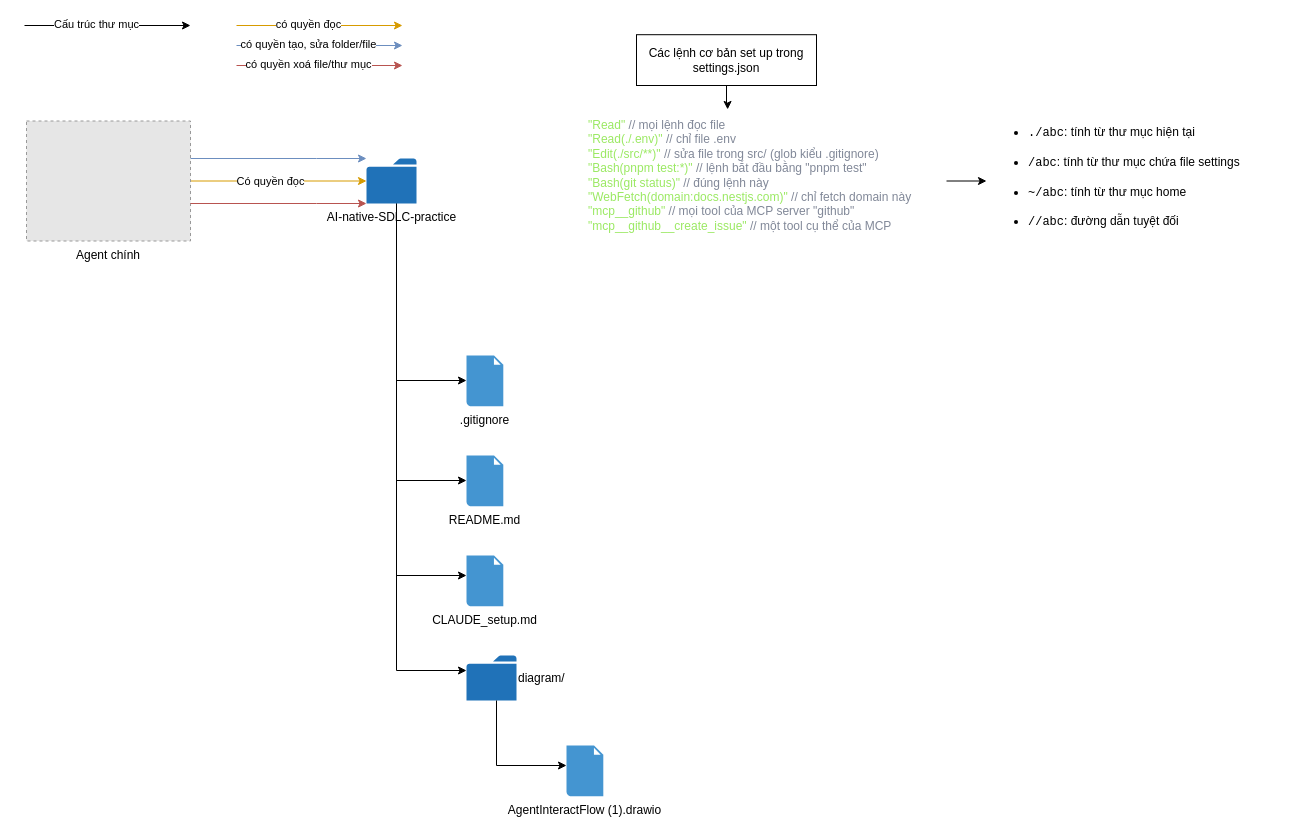
The draw.io diagram diagram/AgentInteractFlow (1).drawio in TNK-git-hub/React-CRUD-Practice, before the edit. Source tidied: cells renumbered, new cells numbered last; positions are measured from the earlier drawing's top-left corner, leaving out a move shared by most shapes. Both pictures are drawn from the tidied source at 100%, with x=0, y=0 at pixel (24, 25). Pictures stored in the file or linked from it are replaced by grey dashed boxes.
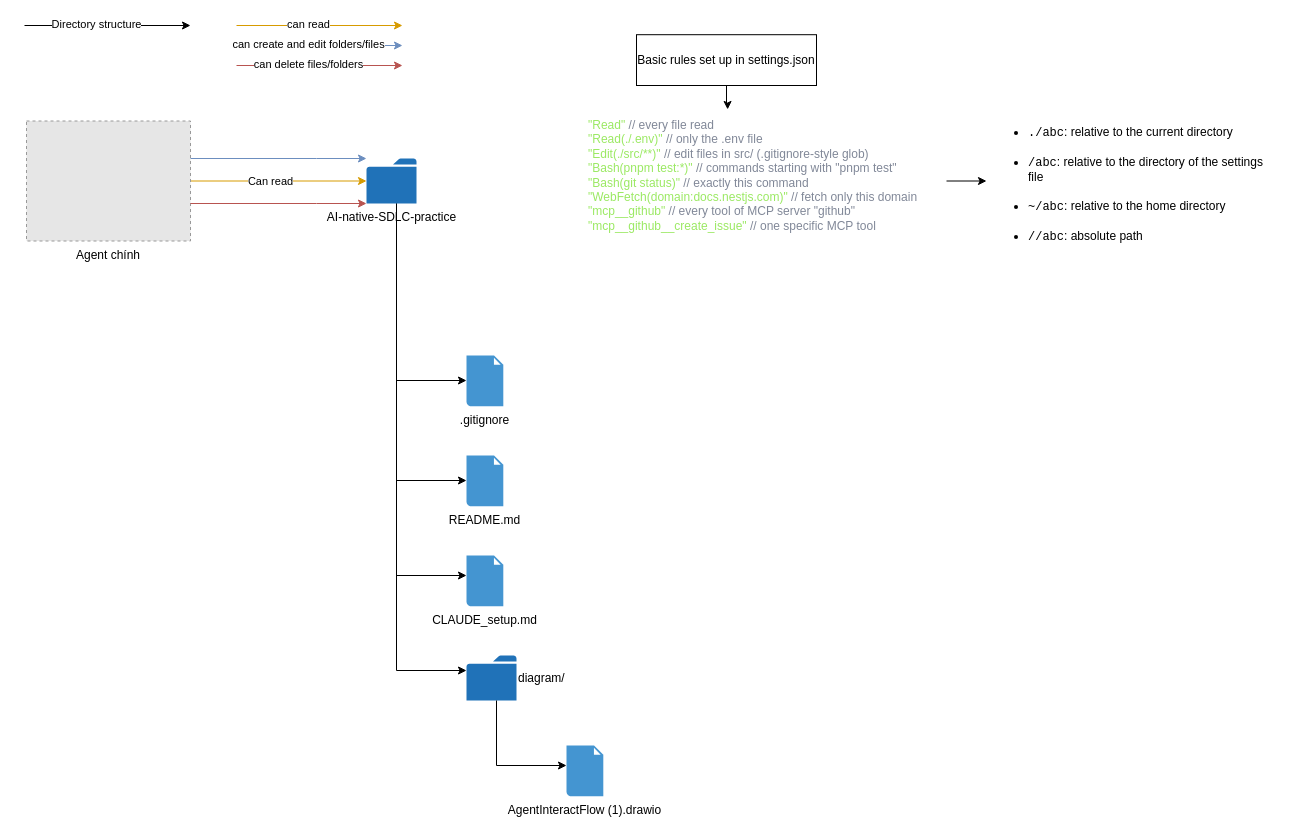
After the change.

Unchanged cells that the change refers to:
```xml
<mxCell id="2" style="edgeStyle=orthogonalEdgeStyle;rounded=0;jettySize=auto;html=1;defaultLabelBackgroundColor=page;fillColor=#ffe6cc;strokeColor=#d79b00;" parent="1" edge="1" source="4" target="30">
  <mxGeometry relative="1" as="geometry" />
</mxCell>
<mxCell id="5" style="edgeStyle=orthogonalEdgeStyle;rounded=0;orthogonalLoop=1;jettySize=auto;html=1;defaultLabelBackgroundColor=page;" parent="1" edge="1">
  <mxGeometry relative="1" as="geometry">
    <mxPoint as="sourcePoint" />
    <mxPoint x="166" as="targetPoint" />
  </mxGeometry>
</mxCell>
<mxCell id="14" style="edgeStyle=orthogonalEdgeStyle;rounded=0;orthogonalLoop=1;jettySize=auto;html=1;defaultLabelBackgroundColor=page;fillColor=#ffe6cc;strokeColor=#d79b00;" parent="1" edge="1">
  <mxGeometry relative="1" as="geometry">
    <mxPoint x="212" as="sourcePoint" />
    <mxPoint x="378" as="targetPoint" />
  </mxGeometry>
</mxCell>
<mxCell id="18" style="edgeStyle=orthogonalEdgeStyle;rounded=0;orthogonalLoop=1;jettySize=auto;html=1;defaultLabelBackgroundColor=page;fillColor=#dae8fc;strokeColor=#6c8ebf;" parent="1" edge="1">
  <mxGeometry relative="1" as="geometry">
    <mxPoint x="212" y="20" as="sourcePoint" />
    <mxPoint x="378" y="20" as="targetPoint" />
  </mxGeometry>
</mxCell>
<mxCell id="21" style="edgeStyle=orthogonalEdgeStyle;rounded=0;orthogonalLoop=1;jettySize=auto;html=1;defaultLabelBackgroundColor=page;fillColor=#f8cecc;strokeColor=#b85450;" parent="1" edge="1">
  <mxGeometry relative="1" as="geometry">
    <mxPoint x="212" y="40" as="sourcePoint" />
    <mxPoint x="378" y="40" as="targetPoint" />
  </mxGeometry>
</mxCell>
```

Diff of the diagram source:
```diff
@@
-    <mxCell id="3" value="Có quyền đọc" style="edgeLabel;html=1;align=center;verticalAlign=middle;inheritText=1;defaultLabelBackgroundColor=page;" parent="2" vertex="1">
+    <mxCell id="3" value="Can read" style="edgeLabel;html=1;align=center;verticalAlign=middle;inheritText=1;defaultLabelBackgroundColor=page;" parent="2" vertex="1">
       <mxGeometry x="-0.1" y="1" relative="1" as="geometry">
         <mxPoint y="1" as="offset" />
       </mxGeometry>
     </mxCell>
@@
-    <mxCell id="6" value="Cấu trúc thư mục" style="edgeLabel;html=1;align=center;verticalAlign=middle;inheritText=1;defaultLabelBackgroundColor=page;" parent="5" vertex="1">
+    <mxCell id="6" value="Directory structure" style="edgeLabel;html=1;align=center;verticalAlign=middle;inheritText=1;defaultLabelBackgroundColor=page;" parent="5" vertex="1">
       <mxGeometry x="-0.15" y="2" relative="1" as="geometry" />
     </mxCell>
@@
-    <mxCell id="15" value="có quyền đọc" style="edgeLabel;html=1;align=center;verticalAlign=middle;inheritText=1;defaultLabelBackgroundColor=page;" parent="14" vertex="1">
+    <mxCell id="15" value="can read" style="edgeLabel;html=1;align=center;verticalAlign=middle;inheritText=1;defaultLabelBackgroundColor=page;" parent="14" vertex="1">
       <mxGeometry x="-0.15" y="2" relative="1" as="geometry" />
     </mxCell>
@@
-    <mxCell id="19" value="có quyền tạo, sửa folder/file" style="edgeLabel;html=1;align=center;verticalAlign=middle;inheritText=1;defaultLabelBackgroundColor=page;" parent="18" vertex="1">
+    <mxCell id="19" value="can create and edit folders/files" style="edgeLabel;html=1;align=center;verticalAlign=middle;inheritText=1;defaultLabelBackgroundColor=page;" parent="18" vertex="1">
       <mxGeometry x="-0.15" y="2" relative="1" as="geometry" />
     </mxCell>
@@
-    <mxCell id="22" value="có quyền xoá file/thư mục" style="edgeLabel;html=1;align=center;verticalAlign=middle;inheritText=1;defaultLabelBackgroundColor=page;" parent="21" vertex="1">
+    <mxCell id="22" value="can delete files/folders" style="edgeLabel;html=1;align=center;verticalAlign=middle;inheritText=1;defaultLabelBackgroundColor=page;" parent="21" vertex="1">
       <mxGeometry x="-0.15" y="2" relative="1" as="geometry" />
     </mxCell>
@@
-    <mxCell id="25" value="&lt;span&gt;&lt;span style=&quot;color: rgb(155, 233, 99);&quot;&gt;&quot;Read&quot;&lt;/span&gt;                          &lt;span style=&quot;color: rgb(129, 136, 152);&quot;&gt;// mọi lệnh đọc file&lt;/span&gt;&#10;&lt;/span&gt;&lt;span&gt;&lt;span style=&quot;color: rgb(155, 233, 99);&quot;&gt;&quot;Read(./.env)&quot;&lt;/span&gt;                  &lt;span style=&quot;color: rgb(129, 136, 152);&quot;&gt;// chỉ file .env&lt;/span&gt;&#10;&lt;/span&gt;&lt;span&gt;&lt;span style=&quot;color: rgb(155, 233, 99);&quot;&gt;&quot;Edit(./src/**)&quot;&lt;/span&gt;                &lt;span style=&quot;color: rgb(129, 136, 152);&quot;&gt;// sửa file trong src/ (glob kiểu .gitignore)&lt;/span&gt;&#10;&lt;/span&gt;&lt;span&gt;&lt;span style=&quot;color: rgb(155, 233, 99);&quot;&gt;&quot;Bash(pnpm test:*)&quot;&lt;/span&gt;             &lt;span style=&quot;color: rgb(129, 136, 152);&quot;&gt;// lệnh bắt đầu bằng &quot;pnpm test&quot;&lt;/span&gt;&#10;&lt;/span&gt;&lt;span&gt;&lt;span style=&quot;color: rgb(155, 233, 99);&quot;&gt;&quot;Bash(git status)&quot;&lt;/span&gt;              &lt;span style=&quot;color: rgb(129, 136, 152);&quot;&gt;// đúng lệnh này&lt;/span&gt;&#10;&lt;/span&gt;&lt;span&gt;&lt;span style=&quot;color: rgb(155, 233, 99);&quot;&gt;&quot;WebFetch(domain:docs.nestjs.com)&quot;&lt;/span&gt;  &lt;span style=&quot;color: rgb(129, 136, 152);&quot;&gt;// chỉ fetch domain này&lt;/span&gt;&#10;&lt;/span&gt;&lt;span&gt;&lt;span style=&quot;color: rgb(155, 233, 99);&quot;&gt;&quot;mcp__github&quot;&lt;/span&gt;                   &lt;span style=&quot;color: rgb(129, 136, 152);&quot;&gt;// mọi tool của MCP server &quot;github&quot;&lt;/span&gt;&#10;&lt;/span&gt;&lt;span&gt;&lt;span style=&quot;color: rgb(155, 233, 99);&quot;&gt;&quot;mcp__github__create_issue&quot;&lt;/span&gt;     &lt;span style=&quot;color: rgb(129, 136, 152);&quot;&gt;// một tool cụ thể của MCP&lt;/span&gt;&lt;/span&gt;" style="text;whiteSpace=wrap;html=1;" parent="1" vertex="1">
+    <mxCell id="25" value="&lt;span&gt;&lt;span style=&quot;color: rgb(155, 233, 99);&quot;&gt;&quot;Read&quot;&lt;/span&gt;                          &lt;span style=&quot;color: rgb(129, 136, 152);&quot;&gt;// every file read&lt;/span&gt;&#10;&lt;/span&gt;&lt;span&gt;&lt;span style=&quot;color: rgb(155, 233, 99);&quot;&gt;&quot;Read(./.env)&quot;&lt;/span&gt;                  &lt;span style=&quot;color: rgb(129, 136, 152);&quot;&gt;// only the .env file&lt;/span&gt;&#10;&lt;/span&gt;&lt;span&gt;&lt;span style=&quot;color: rgb(155, 233, 99);&quot;&gt;&quot;Edit(./src/**)&quot;&lt;/span&gt;                &lt;span style=&quot;color: rgb(129, 136, 152);&quot;&gt;// edit files in src/ (.gitignore-style glob)&lt;/span&gt;&#10;&lt;/span&gt;&lt;span&gt;&lt;span style=&quot;color: rgb(155, 233, 99);&quot;&gt;&quot;Bash(pnpm test:*)&quot;&lt;/span&gt;             &lt;span style=&quot;color: rgb(129, 136, 152);&quot;&gt;// commands starting with &quot;pnpm test&quot;&lt;/span&gt;&#10;&lt;/span&gt;&lt;span&gt;&lt;span style=&quot;color: rgb(155, 233, 99);&quot;&gt;&quot;Bash(git status)&quot;&lt;/span&gt;              &lt;span style=&quot;color: rgb(129, 136, 152);&quot;&gt;// exactly this command&lt;/span&gt;&#10;&lt;/span&gt;&lt;span&gt;&lt;span style=&quot;color: rgb(155, 233, 99);&quot;&gt;&quot;WebFetch(domain:docs.nestjs.com)&quot;&lt;/span&gt;  &lt;span style=&quot;color: rgb(129, 136, 152);&quot;&gt;// fetch only this domain&lt;/span&gt;&#10;&lt;/span&gt;&lt;span&gt;&lt;span style=&quot;color: rgb(155, 233, 99);&quot;&gt;&quot;mcp__github&quot;&lt;/span&gt;                   &lt;span style=&quot;color: rgb(129, 136, 152);&quot;&gt;// every tool of MCP server &quot;github&quot;&lt;/span&gt;&#10;&lt;/span&gt;&lt;span&gt;&lt;span style=&quot;color: rgb(155, 233, 99);&quot;&gt;&quot;mcp__github__create_issue&quot;&lt;/span&gt;     &lt;span style=&quot;color: rgb(129, 136, 152);&quot;&gt;// one specific MCP tool&lt;/span&gt;&lt;/span&gt;" style="text;whiteSpace=wrap;html=1;" parent="1" vertex="1">
       <mxGeometry x="562" y="85.5" width="360" height="140" as="geometry" />
     </mxCell>
@@
-    <mxCell id="27" value="Các lệnh cơ bản set up trong settings.json" style="rounded=0;whiteSpace=wrap;html=1;" parent="1" vertex="1">
+    <mxCell id="27" value="Basic rules set up in settings.json" style="rounded=0;whiteSpace=wrap;html=1;" parent="1" vertex="1">
       <mxGeometry x="612" y="9.2" width="180" height="50.8" as="geometry" />
     </mxCell>
@@
-    <mxCell id="29" value="&lt;ul dir=&quot;ltr&quot;&gt;&lt;li&gt;&lt;code dir=&quot;ltr&quot;&gt;./abc&lt;/code&gt;: tính từ thư mục hiện tại&lt;/li&gt;&#10;&lt;li&gt;&lt;code dir=&quot;ltr&quot;&gt;/abc&lt;/code&gt;: tính từ thư mục chứa file settings&lt;/li&gt;&#10;&lt;li&gt;&lt;code dir=&quot;ltr&quot;&gt;~/abc&lt;/code&gt;: tính từ thư mục home&lt;/li&gt;&#10;&lt;li&gt;&lt;code dir=&quot;ltr&quot;&gt;//abc&lt;/code&gt;: đường dẫn tuyệt đối&lt;/li&gt;&lt;/ul&gt;" style="text;whiteSpace=wrap;html=1;" parent="1" vertex="1">
+    <mxCell id="29" value="&lt;ul dir=&quot;ltr&quot;&gt;&lt;li&gt;&lt;code dir=&quot;ltr&quot;&gt;./abc&lt;/code&gt;: relative to the current directory&lt;/li&gt;&#10;&lt;li&gt;&lt;code dir=&quot;ltr&quot;&gt;/abc&lt;/code&gt;: relative to the directory of the settings file&lt;/li&gt;&#10;&lt;li&gt;&lt;code dir=&quot;ltr&quot;&gt;~/abc&lt;/code&gt;: relative to the home directory&lt;/li&gt;&#10;&lt;li&gt;&lt;code dir=&quot;ltr&quot;&gt;//abc&lt;/code&gt;: absolute path&lt;/li&gt;&lt;/ul&gt;" style="text;whiteSpace=wrap;html=1;" parent="1" vertex="1">
       <mxGeometry x="962" y="80.5" width="290" height="150" as="geometry" />
     </mxCell>
```
